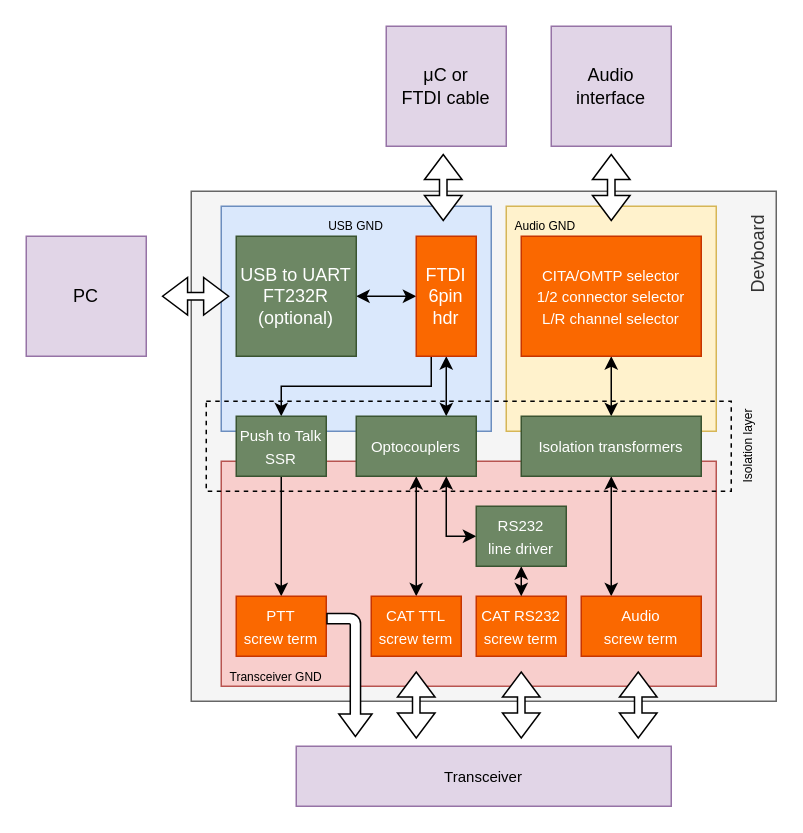
This is resources/catahack_high_level_diagram.drawio from rimio/cat-a-hack, a draw.io file, before an edit. Source tidied: cells renumbered, new cells numbered last; positions are measured from the earlier drawing's top-left corner, leaving out a move shared by most shapes. Both pictures are drawn from the tidied source at 150%, with x=0, y=0 at pixel (26, 26).
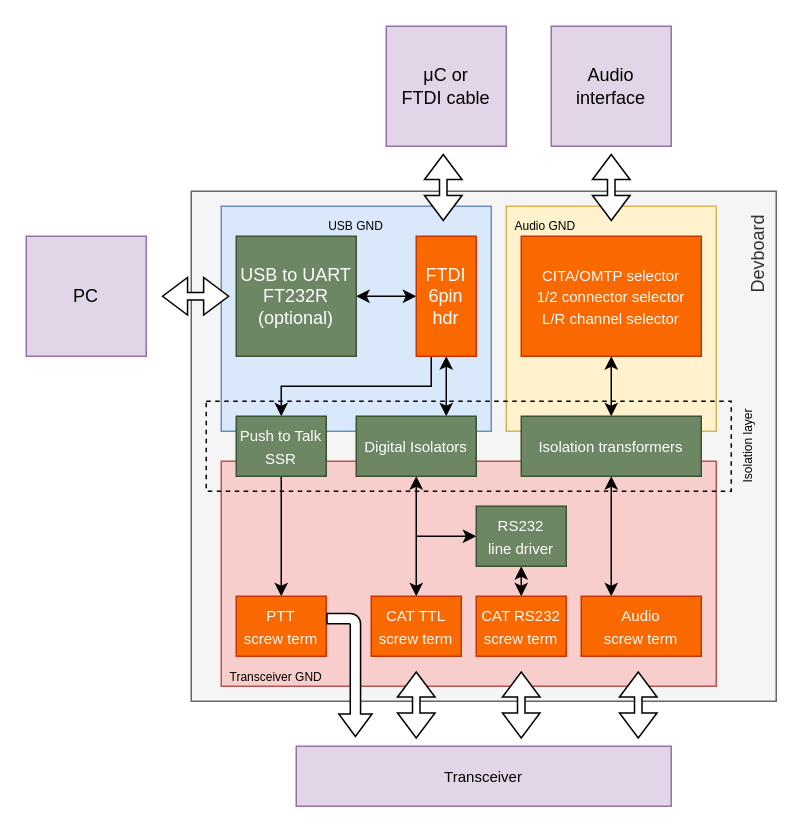
After the change.

The change refers to these unchanged cells:
```xml
<mxCell id="29" value="&lt;span style=&quot;font-size: 10px&quot;&gt;RS232&lt;br&gt;line driver&lt;br&gt;&lt;/span&gt;" style="rounded=0;whiteSpace=wrap;html=1;fillColor=#6d8764;strokeColor=#3A5431;fontColor=#ffffff;" parent="1" vertex="1">
  <mxGeometry x="300" y="320" width="60" height="40" as="geometry" />
</mxCell>
```

Change to the diagram source:
```diff
@@
-    <mxCell id="19" value="&lt;span style=&quot;font-size: 10px&quot;&gt;Optocouplers&lt;/span&gt;" style="rounded=0;whiteSpace=wrap;html=1;fillColor=#6d8764;strokeColor=#3A5431;fontColor=#ffffff;" parent="1" vertex="1">
+    <mxCell id="19" value="&lt;span style=&quot;font-size: 10px&quot;&gt;Digital Isolators&lt;/span&gt;" style="rounded=0;whiteSpace=wrap;html=1;fillColor=#6d8764;strokeColor=#3A5431;fontColor=#ffffff;" parent="1" vertex="1">
       <mxGeometry x="220" y="260" width="80" height="40" as="geometry" />
     </mxCell>
@@
-    <mxCell id="27" style="edgeStyle=orthogonalEdgeStyle;rounded=0;jettySize=auto;html=1;exitX=0;exitY=0.5;exitDx=0;exitDy=0;entryX=0.75;entryY=1;entryDx=0;entryDy=0;startArrow=classic;startFill=1;" parent="1" edge="1" source="29" target="19">
-      <mxGeometry relative="1" as="geometry" />
-    </mxCell>
@@
+    <mxCell id="39" style="edgeStyle=orthogonalEdgeStyle;rounded=0;jettySize=auto;html=1;exitX=0;exitY=0.5;exitDx=0;exitDy=0;startArrow=classic;startFill=1;endArrow=none;endFill=0;" parent="1" edge="1" source="29">
+      <mxGeometry relative="1" as="geometry">
+        <mxPoint x="260" y="340" as="targetPoint" />
+      </mxGeometry>
+    </mxCell>
```
